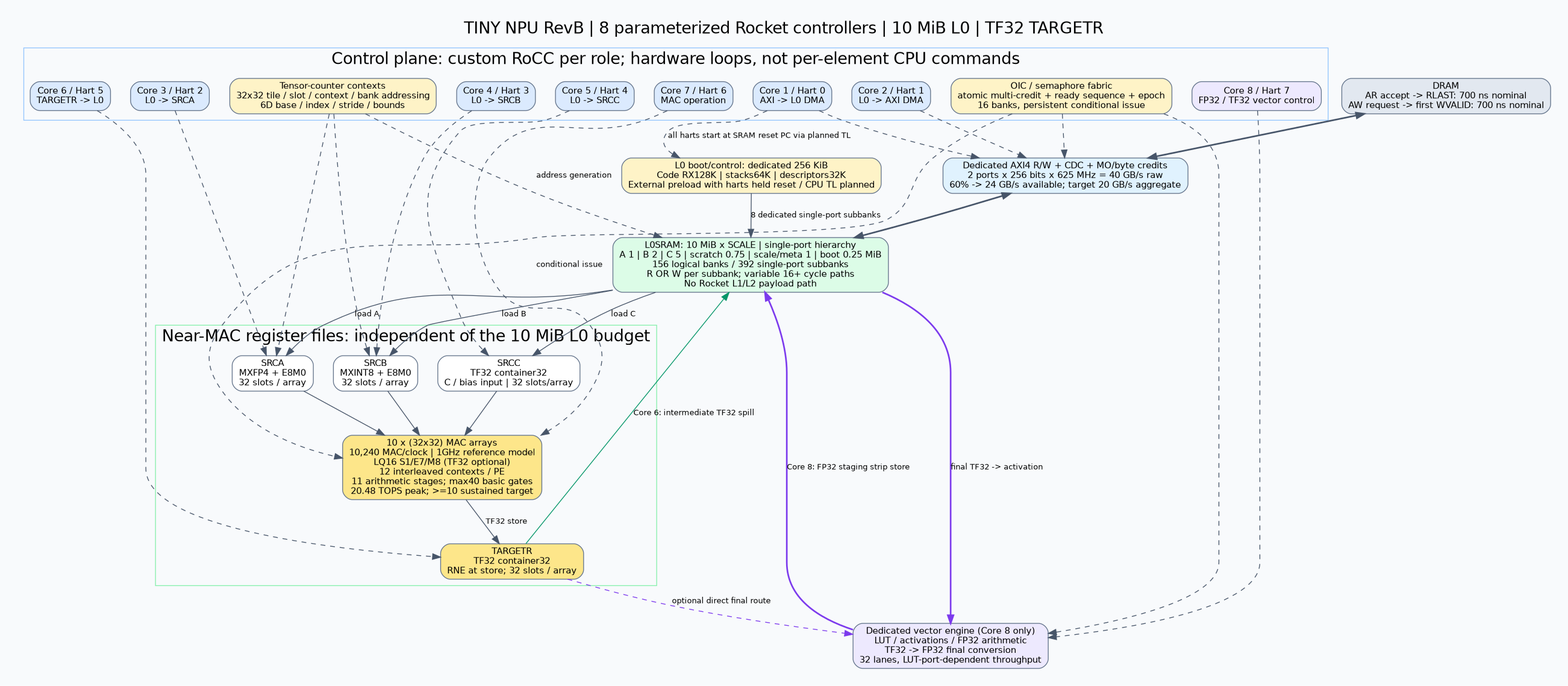
Before: tiny-npu/architecture/v2/architecture.png, a diagram exported from Graphviz (jhroh13/chipyard). Its source is kept beside it as tiny-npu/architecture/v2/architecture.dot.
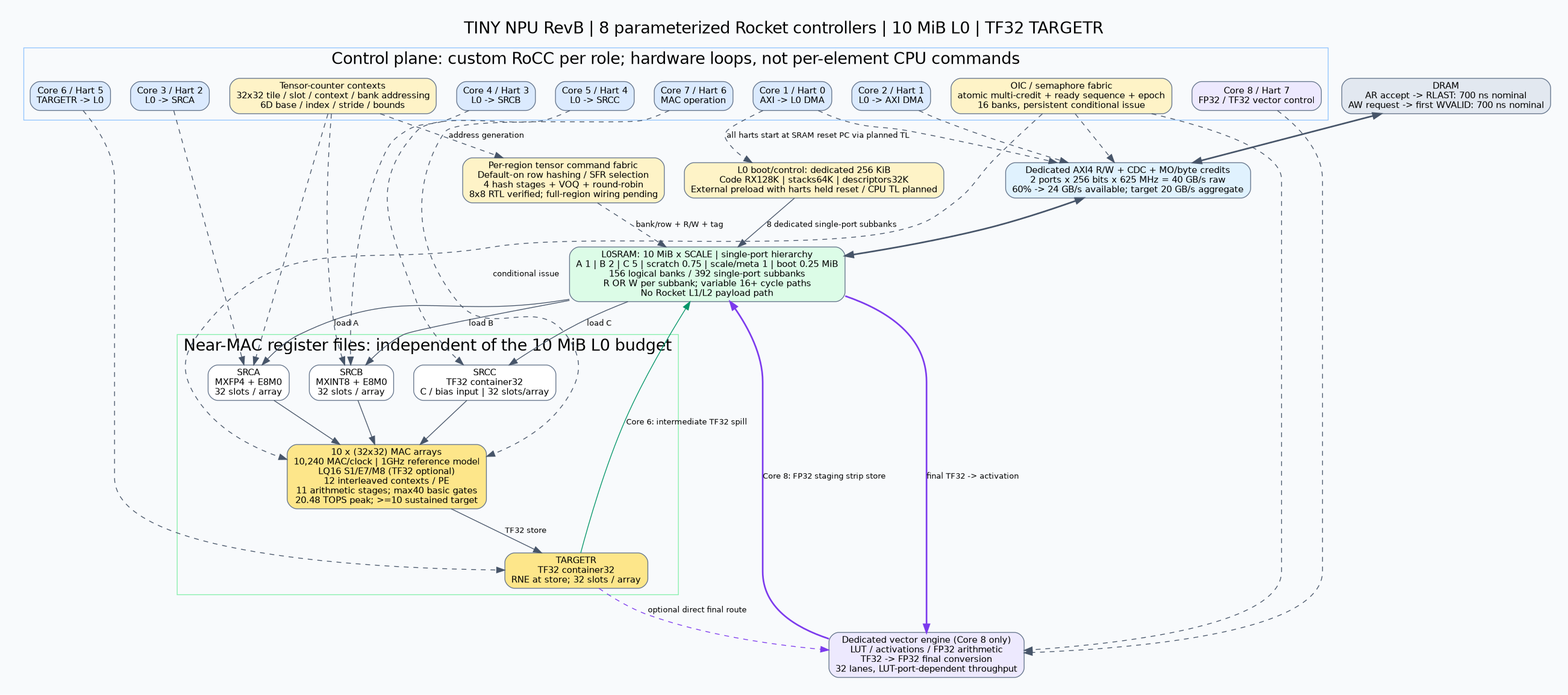
The same file after the commit.

Commit message:
Record bank netlist hashes and show hashing fabric in architecture diagram [skip ci]

The edit, as a diff of the source:
```diff
@@ -20,6 +20,8 @@
  boot[label="L0 boot/control: dedicated 256 KiB\nCode RX128K | stacks64K | descriptors32K\nExternal preload with harts held reset / CPU TL planned",fillcolor="#fef3c7"];
  boot -> l0 [label="8 dedicated single-port subbanks"];
  h0 -> boot [style=dashed,label="all harts start at SRAM reset PC via planned TL"];
+ fabric[label="Per-region tensor command fabric\nDefault-on row hashing / SFR selection\n4 hash stages + VOQ + round-robin\n8x8 RTL verified; full-region wiring pending",fillcolor="#fef3c7"];
+ fabric -> l0 [style=dashed,label="bank/row + R/W + tag"];
  dram[label="DRAM\nAR accept -> RLAST: 700 ns nominal\nAW request -> first WVALID: 700 ns nominal",fillcolor="#e2e8f0"];
  dma[label="Dedicated AXI4 R/W + CDC + MO/byte credits\n2 ports x 256 bits x 625 MHz = 40 GB/s raw\n60% -> 24 GB/s available; target 20 GB/s aggregate",fillcolor="#e0f2fe"];
  l0[label="L0SRAM: 10 MiB x SCALE | single-port hierarchy\nA 1 | B 2 | C 5 | scratch 0.75 | scale/meta 1 | boot 0.25 MiB\n156 logical banks / 392 single-port subbanks\nR OR W per subbank; variable 16+ cycle paths\nNo Rocket L1/L2 payload path",fillcolor="#dcfce7"];
@@ -40,6 +42,6 @@
  vec -> l0 [label="Core 8: FP32 staging strip store",color="#7c3aed",penwidth=2];
  l0 -> vec [label="final TF32 -> activation",color="#7c3aed",penwidth=2];
  h0 -> dma [style=dashed];h1 -> dma [style=dashed];h2 -> ra [style=dashed];h3 -> rb [style=dashed];h4 -> rc [style=dashed];h5 -> tr [style=dashed];h6 -> mac [style=dashed];h7 -> vec [style=dashed];
- tc -> l0 [style=dashed,label="address generation"];tc -> ra [style=dashed];tc -> rb [style=dashed];
+ tc -> fabric [style=dashed,label="address generation"];tc -> ra [style=dashed];tc -> rb [style=dashed];
  oic -> mac [style=dashed,label="conditional issue"];oic -> dma [style=dashed];oic -> vec [style=dashed];
 }
```
